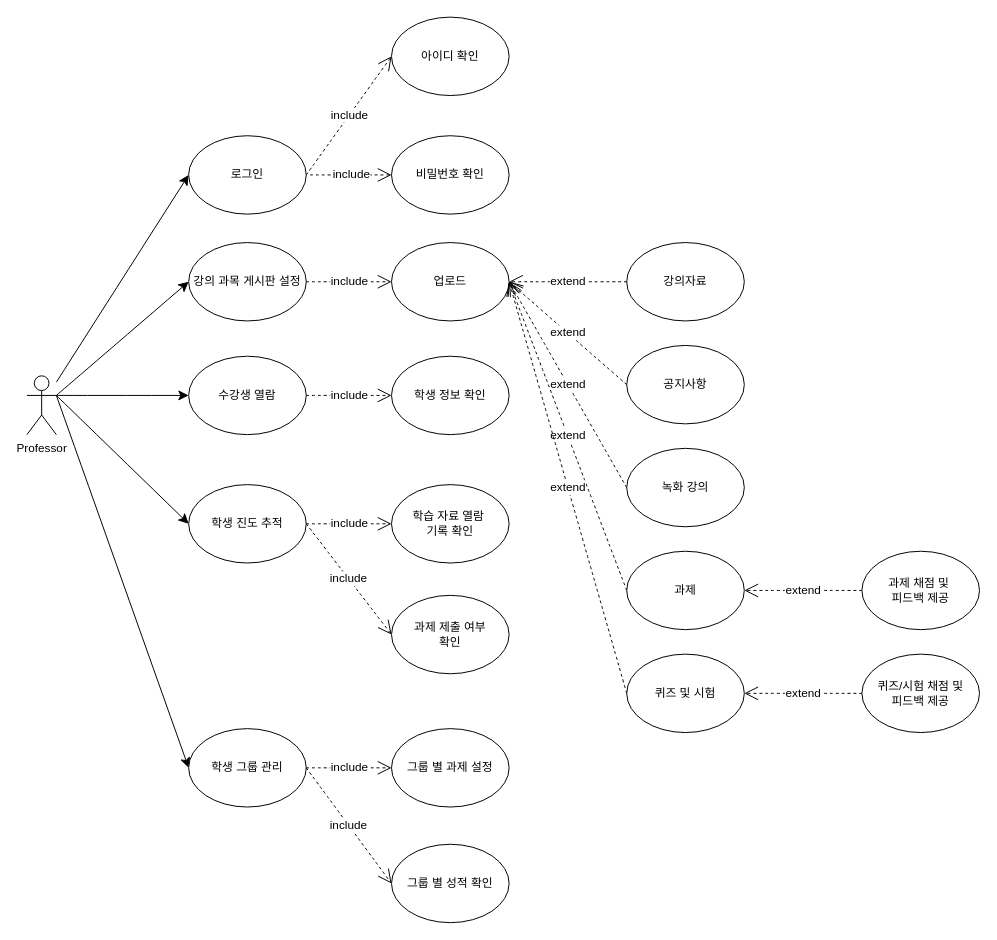
whitegari/24SWengineering keeps this draw.io diagram as Usecase.drawio. Above is the earlier version. Source tidied: cells renumbered, new cells numbered last; positions are measured from the earlier drawing's top-left corner, leaving out a move shared by most shapes. Both pictures are drawn from the tidied source at 98%, with x=0, y=0 at pixel (26, 17).
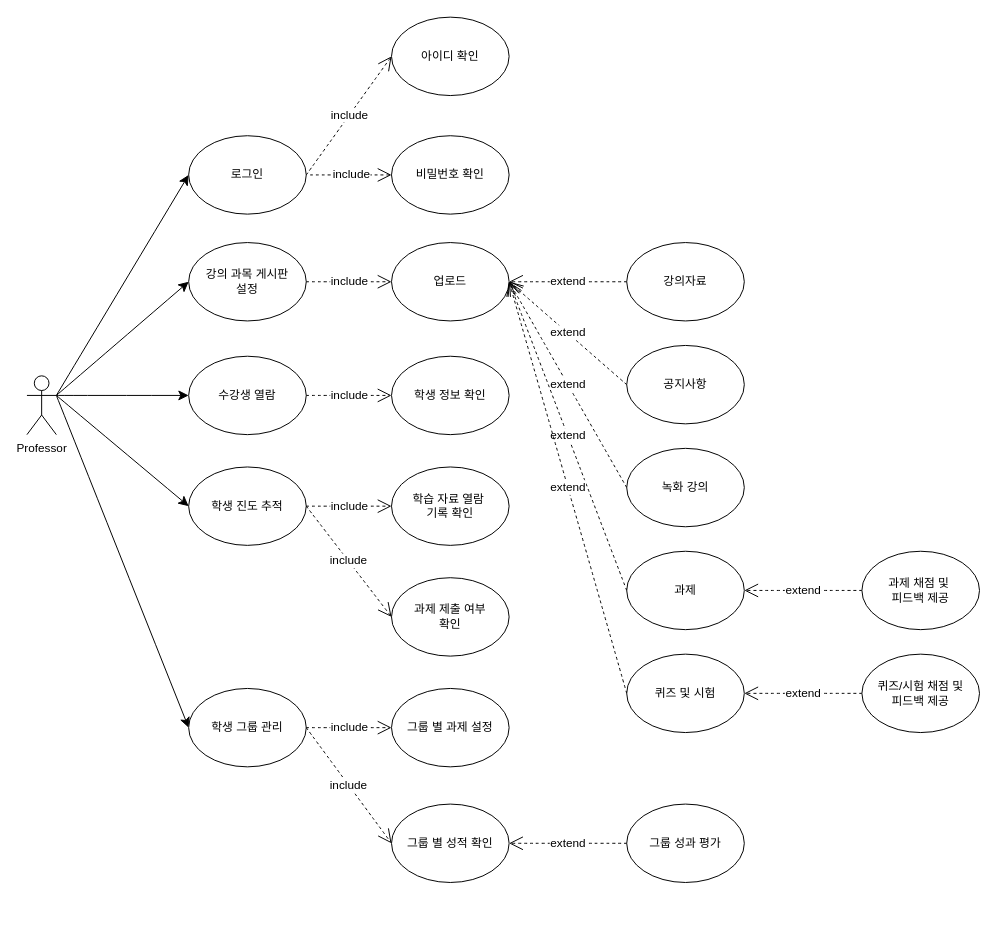
The same page after the edit.

Unchanged cells that the change refers to:
```xml
<mxCell id="4" value="Professor" style="shape=umlActor;verticalLabelPosition=bottom;verticalAlign=top;html=1;outlineConnect=0;" parent="1" vertex="1">
  <mxGeometry y="366" width="30" height="60" as="geometry" />
</mxCell>
<mxCell id="7" value="로그인" style="ellipse;whiteSpace=wrap;html=1;" parent="1" vertex="1">
  <mxGeometry x="165" y="121" width="120" height="80" as="geometry" />
</mxCell>
```

Change to the diagram source:
```diff
@@
-    <mxCell id="2" style="edgeStyle=none;curved=1;rounded=0;jettySize=auto;html=1;fontSize=12;startSize=8;endSize=8;entryX=0;entryY=0.5;entryDx=0;entryDy=0;" parent="1" edge="1" source="4" target="7">
+    <mxCell id="2" style="edgeStyle=none;curved=1;rounded=0;jettySize=auto;html=1;fontSize=12;startSize=8;endSize=8;entryX=0;entryY=0.5;entryDx=0;entryDy=0;exitX=1;exitY=0.3333333333333333;exitDx=0;exitDy=0;exitPerimeter=0;" parent="1" edge="1" source="4" target="7">
       <mxGeometry relative="1" as="geometry" />
     </mxCell>
@@
-    <mxCell id="6" value="강의 과목 게시판 설정" style="ellipse;whiteSpace=wrap;html=1;" parent="1" vertex="1">
+    <mxCell id="6" value="강의 과목 게시판&lt;div&gt;설정&lt;/div&gt;" style="ellipse;whiteSpace=wrap;html=1;" parent="1" vertex="1">
       <mxGeometry x="165" y="230" width="120" height="80" as="geometry" />
     </mxCell>
@@
     <mxCell id="8" value="학생 진도 추적" style="ellipse;whiteSpace=wrap;html=1;" parent="1" vertex="1">
-      <mxGeometry x="165" y="477" width="120" height="80" as="geometry" />
+      <mxGeometry x="165" y="459" width="120" height="80" as="geometry" />
     </mxCell>
     <mxCell id="9" value="학생 그룹 관리" style="ellipse;whiteSpace=wrap;html=1;" parent="1" vertex="1">
-      <mxGeometry x="165" y="726" width="120" height="80" as="geometry" />
+      <mxGeometry x="165" y="685" width="120" height="80" as="geometry" />
     </mxCell>
@@
     <mxCell id="19" value="학습 자료 열람&amp;nbsp;&lt;div&gt;기록 확인&lt;/div&gt;" style="ellipse;whiteSpace=wrap;html=1;" parent="1" vertex="1">
-      <mxGeometry x="372" y="477" width="120" height="80" as="geometry" />
+      <mxGeometry x="372" y="459" width="120" height="80" as="geometry" />
     </mxCell>
     <mxCell id="20" value="과제 제출 여부&lt;div&gt;확인&lt;/div&gt;" style="ellipse;whiteSpace=wrap;html=1;" parent="1" vertex="1">
-      <mxGeometry x="372" y="590" width="120" height="80" as="geometry" />
+      <mxGeometry x="372" y="572" width="120" height="80" as="geometry" />
     </mxCell>
     <mxCell id="21" value="그룹 별 과제 설정" style="ellipse;whiteSpace=wrap;html=1;" parent="1" vertex="1">
-      <mxGeometry x="372" y="726" width="120" height="80" as="geometry" />
+      <mxGeometry x="372" y="685" width="120" height="80" as="geometry" />
     </mxCell>
     <mxCell id="22" value="그룹 별 성적 확인" style="ellipse;whiteSpace=wrap;html=1;" parent="1" vertex="1">
-      <mxGeometry x="372" y="844" width="120" height="80" as="geometry" />
+      <mxGeometry x="372" y="803" width="120" height="80" as="geometry" />
     </mxCell>
@@
+    <mxCell id="43" value="그룹 성과 평가" style="ellipse;whiteSpace=wrap;html=1;" parent="1" vertex="1">
+      <mxGeometry x="612" y="803" width="120" height="80" as="geometry" />
+    </mxCell>
+    <mxCell id="44" value="extend" style="endArrow=open;endSize=12;dashed=1;html=1;rounded=0;fontSize=12;curved=1;entryX=1;entryY=0.5;entryDx=0;entryDy=0;exitX=0;exitY=0.5;exitDx=0;exitDy=0;" parent="1" edge="1" source="43" target="22">
+      <mxGeometry relative="1" as="geometry" />
+    </mxCell>
```
